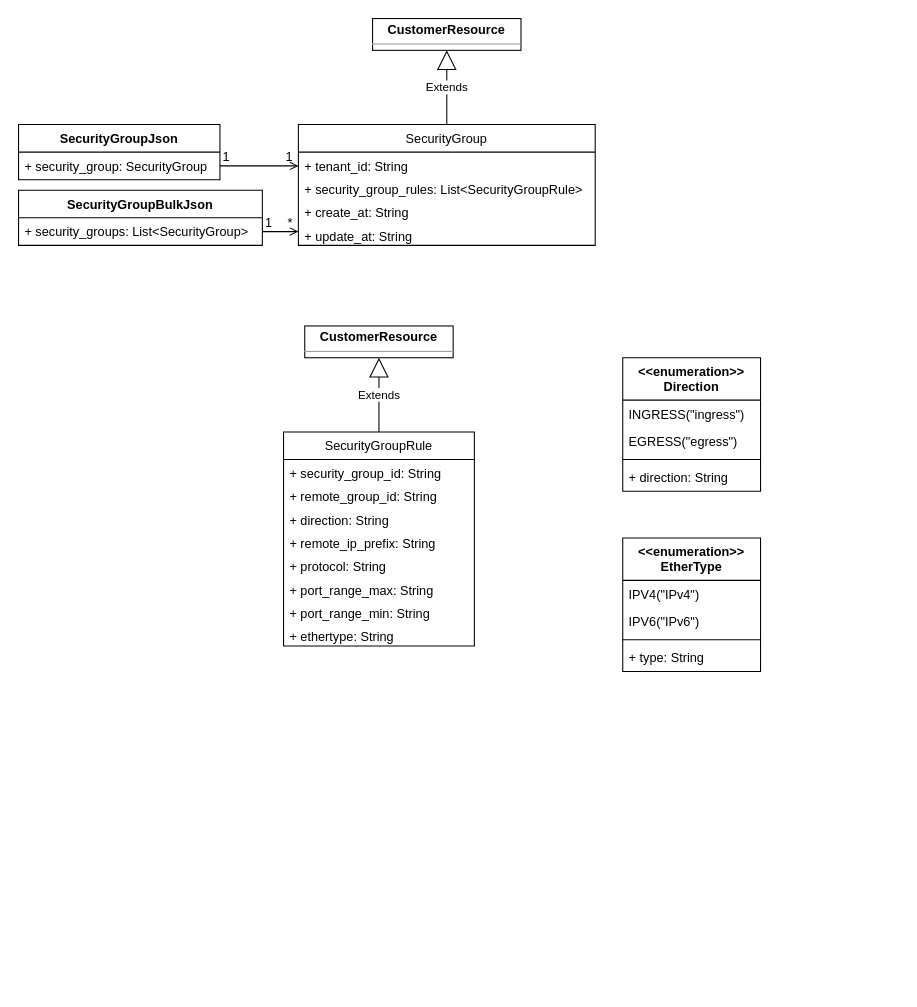
Above: securitygroup.drawio in cj-chung/diagrams (draw.io), before the change. Source tidied: cells renumbered, new cells numbered last; positions are measured from the earlier drawing's top-left corner, leaving out a move shared by most shapes. Both pictures are drawn from the tidied source at 106%, with x=0, y=0 at pixel (18, 18).
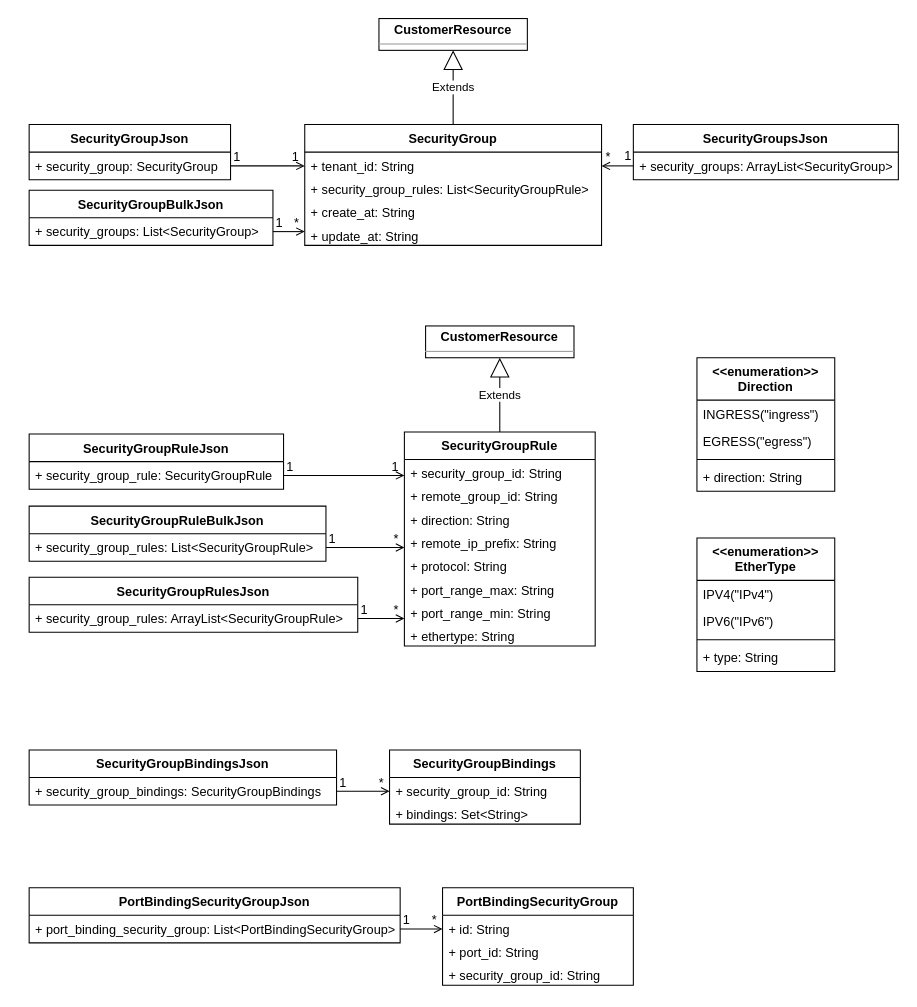
After the change.

Unchanged cells that the change refers to:
```xml
<mxCell id="3" value="+ tenant_id: String&#10;" style="text;strokeColor=none;fillColor=none;align=left;verticalAlign=top;spacingLeft=4;spacingRight=4;overflow=hidden;points=[[0,0.5],[1,0.5]];portConstraint=eastwest;" parent="2" vertex="1">
  <mxGeometry y="26" width="280" height="22" as="geometry" />
</mxCell>
<mxCell id="6" value="+ update_at: String&#10;" style="text;strokeColor=none;fillColor=none;align=left;verticalAlign=top;spacingLeft=4;spacingRight=4;overflow=hidden;points=[[0,0.5],[1,0.5]];portConstraint=eastwest;" parent="2" vertex="1">
  <mxGeometry y="92" width="280" height="22" as="geometry" />
</mxCell>
<mxCell id="10" value="+ security_group_id: String" style="text;strokeColor=none;fillColor=none;align=left;verticalAlign=top;spacingLeft=4;spacingRight=4;overflow=hidden;points=[[0,0.5],[1,0.5]];portConstraint=eastwest;" parent="9" vertex="1">
  <mxGeometry y="26" width="180" height="22" as="geometry" />
</mxCell>
<mxCell id="31" value="+ security_group: SecurityGroup" style="text;strokeColor=none;fillColor=none;align=left;verticalAlign=top;spacingLeft=4;spacingRight=4;overflow=hidden;points=[[0,0.5],[1,0.5]];portConstraint=eastwest;" parent="30" vertex="1">
  <mxGeometry y="26" width="190" height="26" as="geometry" />
</mxCell>
<mxCell id="36" value="+ security_groups: List&lt;SecurityGroup&gt;" style="text;strokeColor=none;fillColor=none;align=left;verticalAlign=top;spacingLeft=4;spacingRight=4;overflow=hidden;points=[[0,0.5],[1,0.5]];portConstraint=eastwest;" parent="35" vertex="1">
  <mxGeometry y="26" width="230" height="26" as="geometry" />
</mxCell>
```

Diff of the diagram source:
```diff
@@
-    <mxCell id="2" value="SecurityGroup" style="swimlane;fontStyle=0;horizontal=1;startSize=26;fillColor=none;" parent="1" vertex="1">
-      <mxGeometry x="264" y="100" width="280" height="114" as="geometry" />
+    <mxCell id="2" value="SecurityGroup" style="swimlane;fontStyle=1;horizontal=1;startSize=26;fillColor=none;" parent="1" vertex="1">
+      <mxGeometry x="270" y="100" width="280" height="114" as="geometry" />
     </mxCell>
@@
     <mxCell id="8" value="&lt;p style=&quot;margin: 0px ; margin-top: 4px ; text-align: center&quot;&gt;&lt;b&gt;CustomerResource&lt;/b&gt;&lt;/p&gt;&lt;hr size=&quot;1&quot;&gt;&lt;div style=&quot;height: 2px&quot;&gt;&lt;/div&gt;" style="verticalAlign=top;align=left;overflow=fill;fontSize=12;fontFamily=Helvetica;html=1;" parent="1" vertex="1">
-      <mxGeometry x="334" width="140" height="30" as="geometry" />
+      <mxGeometry x="340" width="140" height="30" as="geometry" />
     </mxCell>
-    <mxCell id="9" value="SecurityGroupRule" style="swimlane;fontStyle=0;horizontal=1;startSize=26;fillColor=none;" parent="1" vertex="1">
-      <mxGeometry x="250" y="390" width="180" height="202" as="geometry" />
+    <mxCell id="9" value="SecurityGroupRule" style="swimlane;fontStyle=1;horizontal=1;startSize=26;fillColor=none;" parent="1" vertex="1">
+      <mxGeometry x="364" y="390" width="180" height="202" as="geometry" />
     </mxCell>
@@
     <mxCell id="19" value="&lt;p style=&quot;margin: 0px ; margin-top: 4px ; text-align: center&quot;&gt;&lt;b&gt;CustomerResource&lt;/b&gt;&lt;/p&gt;&lt;hr size=&quot;1&quot;&gt;&lt;div style=&quot;height: 2px&quot;&gt;&lt;/div&gt;" style="verticalAlign=top;align=left;overflow=fill;fontSize=12;fontFamily=Helvetica;html=1;" parent="1" vertex="1">
-      <mxGeometry x="270" y="290" width="140" height="30" as="geometry" />
+      <mxGeometry x="384" y="290" width="140" height="30" as="geometry" />
     </mxCell>
     <mxCell id="20" value="&lt;&lt;enumeration&gt;&gt;&#10;Direction" style="swimlane;fontStyle=1;align=center;verticalAlign=top;horizontal=1;startSize=40;" parent="1" vertex="1">
-      <mxGeometry x="570" y="320" width="130" height="126" as="geometry" />
+      <mxGeometry x="640" y="320" width="130" height="126" as="geometry" />
     </mxCell>
@@
     <mxCell id="25" value="&lt;&lt;enumeration&gt;&gt;&#10;EtherType" style="swimlane;fontStyle=1;align=center;verticalAlign=top;horizontal=1;startSize=40;" parent="1" vertex="1">
-      <mxGeometry x="570" y="490" width="130" height="126" as="geometry" />
+      <mxGeometry x="640" y="490" width="130" height="126" as="geometry" />
     </mxCell>
@@
     <mxCell id="30" value="SecurityGroupJson" style="swimlane;fontStyle=1;horizontal=1;startSize=26;fillColor=none;" parent="1" vertex="1">
-      <mxGeometry y="100" width="190" height="52" as="geometry" />
+      <mxGeometry x="10" y="100" width="190" height="52" as="geometry" />
     </mxCell>
@@
     <mxCell id="32" style="endArrow=open;shadow=0;strokeWidth=1;rounded=0;endFill=1;edgeStyle=elbowEdgeStyle;elbow=vertical;" parent="1" edge="1" source="31" target="3">
       <mxGeometry x="0.5" y="41" relative="1" as="geometry">
         <Array as="points">
-          <mxPoint x="170" y="139" />
-          <mxPoint x="160" y="160" />
           <mxPoint x="180" y="139" />
-          <mxPoint x="170" y="119" />
-          <mxPoint x="190" y="65" />
+          <mxPoint x="170" y="160" />
+          <mxPoint x="190" y="139" />
+          <mxPoint x="180" y="119" />
+          <mxPoint x="200" y="65" />
         </Array>
         <mxPoint x="-40" y="32" as="offset" />
       </mxGeometry>
     </mxCell>
@@
     <mxCell id="35" value="SecurityGroupBulkJson" style="swimlane;fontStyle=1;horizontal=1;startSize=26;fillColor=none;" parent="1" vertex="1">
-      <mxGeometry y="162" width="230" height="52" as="geometry" />
+      <mxGeometry x="10" y="162" width="230" height="52" as="geometry" />
     </mxCell>
@@
     <mxCell id="37" style="endArrow=open;shadow=0;strokeWidth=1;rounded=0;endFill=1;edgeStyle=elbowEdgeStyle;elbow=vertical;" parent="1" edge="1" source="36" target="6">
       <mxGeometry x="0.5" y="41" relative="1" as="geometry">
         <Array as="points">
-          <mxPoint x="200" y="201" />
-          <mxPoint x="180" y="132" />
-          <mxPoint x="200" y="111" />
-          <mxPoint x="190" y="91" />
-          <mxPoint x="210" y="37" />
+          <mxPoint x="210" y="201" />
+          <mxPoint x="190" y="132" />
+          <mxPoint x="210" y="111" />
+          <mxPoint x="200" y="91" />
+          <mxPoint x="220" y="37" />
         </Array>
         <mxPoint x="-40" y="32" as="offset" />
       </mxGeometry>
     </mxCell>
@@
+    <mxCell id="40" value="SecurityGroupBindings" style="swimlane;fontStyle=1;horizontal=1;startSize=26;fillColor=none;" parent="1" vertex="1">
+      <mxGeometry x="350" y="690" width="180" height="70" as="geometry" />
+    </mxCell>
+    <mxCell id="41" value="+ security_group_id: String" style="text;strokeColor=none;fillColor=none;align=left;verticalAlign=top;spacingLeft=4;spacingRight=4;overflow=hidden;points=[[0,0.5],[1,0.5]];portConstraint=eastwest;" parent="40" vertex="1">
+      <mxGeometry y="26" width="180" height="22" as="geometry" />
+    </mxCell>
+    <mxCell id="42" value="+ bindings: Set&lt;String&gt;" style="text;strokeColor=none;fillColor=none;align=left;verticalAlign=top;spacingLeft=4;spacingRight=4;overflow=hidden;" parent="40" vertex="1">
+      <mxGeometry y="48" width="180" height="22" as="geometry" />
+    </mxCell>
+    <mxCell id="43" value="SecurityGroupBindingsJson" style="swimlane;fontStyle=1;horizontal=1;startSize=26;fillColor=none;" parent="1" vertex="1">
+      <mxGeometry x="10" y="690" width="290" height="52" as="geometry" />
+    </mxCell>
+    <mxCell id="44" value="+ security_group_bindings: SecurityGroupBindings" style="text;strokeColor=none;fillColor=none;align=left;verticalAlign=top;spacingLeft=4;spacingRight=4;overflow=hidden;points=[[0,0.5],[1,0.5]];portConstraint=eastwest;" parent="43" vertex="1">
+      <mxGeometry y="26" width="290" height="26" as="geometry" />
+    </mxCell>
+    <mxCell id="45" style="endArrow=open;shadow=0;strokeWidth=1;rounded=0;endFill=1;edgeStyle=elbowEdgeStyle;elbow=vertical;" parent="1" edge="1" source="44" target="41">
+      <mxGeometry x="0.5" y="41" relative="1" as="geometry">
+        <Array as="points">
+          <mxPoint x="186" y="729" />
+          <mxPoint x="166" y="660" />
+          <mxPoint x="186" y="639" />
+          <mxPoint x="176" y="619" />
+          <mxPoint x="196" y="565" />
+        </Array>
+        <mxPoint x="-40" y="32" as="offset" />
+      </mxGeometry>
+    </mxCell>
+    <mxCell id="46" value="1" style="align=left;verticalAlign=bottom;labelBackgroundColor=none;fontSize=12;" parent="45" vertex="1">
+      <mxGeometry x="-1" relative="1" as="geometry">
+        <mxPoint x="1" as="offset" />
+      </mxGeometry>
+    </mxCell>
+    <mxCell id="47" value="*" style="align=right;verticalAlign=bottom;labelBackgroundColor=none;fontSize=12;" parent="45" vertex="1">
+      <mxGeometry x="1" relative="1" as="geometry">
+        <mxPoint x="-4" as="offset" />
+      </mxGeometry>
+    </mxCell>
+    <mxCell id="48" value="SecurityGroupRuleJson" style="swimlane;fontStyle=1;horizontal=1;startSize=26;fillColor=none;" parent="1" vertex="1">
+      <mxGeometry x="10" y="392" width="240" height="52" as="geometry" />
+    </mxCell>
+    <mxCell id="49" value="+ security_group_rule: SecurityGroupRule" style="text;strokeColor=none;fillColor=none;align=left;verticalAlign=top;spacingLeft=4;spacingRight=4;overflow=hidden;points=[[0,0.5],[1,0.5]];portConstraint=eastwest;" parent="48" vertex="1">
+      <mxGeometry y="26" width="240" height="26" as="geometry" />
+    </mxCell>
+    <mxCell id="50" style="endArrow=open;shadow=0;strokeWidth=1;rounded=0;endFill=1;edgeStyle=elbowEdgeStyle;elbow=vertical;" parent="1" edge="1" source="49" target="10">
+      <mxGeometry x="0.5" y="41" relative="1" as="geometry">
+        <Array as="points">
+          <mxPoint x="180" y="431" />
+          <mxPoint x="170" y="452" />
+          <mxPoint x="190" y="431" />
+          <mxPoint x="180" y="411" />
+          <mxPoint x="200" y="357" />
+        </Array>
+        <mxPoint x="-40" y="32" as="offset" />
+      </mxGeometry>
+    </mxCell>
+    <mxCell id="51" value="1" style="align=left;verticalAlign=bottom;labelBackgroundColor=none;fontSize=12;" parent="50" vertex="1">
+      <mxGeometry x="-1" relative="1" as="geometry">
+        <mxPoint x="1" as="offset" />
+      </mxGeometry>
+    </mxCell>
+    <mxCell id="52" value="1" style="align=right;verticalAlign=bottom;labelBackgroundColor=none;fontSize=12;" parent="50" vertex="1">
+      <mxGeometry x="1" relative="1" as="geometry">
+        <mxPoint x="-4" as="offset" />
+      </mxGeometry>
+    </mxCell>
+    <mxCell id="53" value="SecurityGroupRulesJson" style="swimlane;fontStyle=1;horizontal=1;startSize=26;fillColor=none;" parent="1" vertex="1">
+      <mxGeometry x="10" y="527" width="310" height="52" as="geometry" />
+    </mxCell>
+    <mxCell id="54" value="+ security_group_rules: ArrayList&lt;SecurityGroupRule&gt;" style="text;strokeColor=none;fillColor=none;align=left;verticalAlign=top;spacingLeft=4;spacingRight=4;overflow=hidden;points=[[0,0.5],[1,0.5]];portConstraint=eastwest;" parent="53" vertex="1">
+      <mxGeometry y="26" width="310" height="26" as="geometry" />
+    </mxCell>
+    <mxCell id="55" style="endArrow=open;shadow=0;strokeWidth=1;rounded=0;endFill=1;edgeStyle=elbowEdgeStyle;elbow=vertical;" parent="1" edge="1" source="54">
+      <mxGeometry x="0.5" y="41" relative="1" as="geometry">
+        <mxPoint x="364" y="566" as="targetPoint" />
+        <Array as="points">
+          <mxPoint x="210" y="566" />
+          <mxPoint x="190" y="497" />
+          <mxPoint x="210" y="476" />
+          <mxPoint x="200" y="456" />
+          <mxPoint x="220" y="402" />
+        </Array>
+        <mxPoint x="-40" y="32" as="offset" />
+      </mxGeometry>
+    </mxCell>
+    <mxCell id="56" value="1" style="align=left;verticalAlign=bottom;labelBackgroundColor=none;fontSize=12;" parent="55" vertex="1">
+      <mxGeometry x="-1" relative="1" as="geometry">
+        <mxPoint x="1" as="offset" />
+      </mxGeometry>
+    </mxCell>
+    <mxCell id="57" value="*" style="align=right;verticalAlign=bottom;labelBackgroundColor=none;fontSize=12;" parent="55" vertex="1">
+      <mxGeometry x="1" relative="1" as="geometry">
+        <mxPoint x="-4" as="offset" />
+      </mxGeometry>
+    </mxCell>
+    <mxCell id="58" value="SecurityGroupsJson" style="swimlane;fontStyle=1;horizontal=1;startSize=26;fillColor=none;" parent="1" vertex="1">
+      <mxGeometry x="580" y="100" width="250" height="52" as="geometry" />
+    </mxCell>
+    <mxCell id="59" value="+ security_groups: ArrayList&lt;SecurityGroup&gt;" style="text;strokeColor=none;fillColor=none;align=left;verticalAlign=top;spacingLeft=4;spacingRight=4;overflow=hidden;points=[[0,0.5],[1,0.5]];portConstraint=eastwest;" parent="58" vertex="1">
+      <mxGeometry y="26" width="250" height="26" as="geometry" />
+    </mxCell>
+    <mxCell id="60" style="endArrow=open;shadow=0;strokeWidth=1;rounded=0;endFill=1;edgeStyle=elbowEdgeStyle;elbow=vertical;" parent="1" edge="1" source="59" target="3">
+      <mxGeometry x="0.5" y="41" relative="1" as="geometry">
+        <Array as="points">
+          <mxPoint x="630" y="140" />
+          <mxPoint x="610" y="118.5" />
+          <mxPoint x="630" y="97.5" />
+          <mxPoint x="620" y="77.5" />
+          <mxPoint x="640" y="23.5" />
+        </Array>
+        <mxPoint x="-40" y="32" as="offset" />
+      </mxGeometry>
+    </mxCell>
+    <mxCell id="61" value="1" style="align=left;verticalAlign=bottom;labelBackgroundColor=none;fontSize=12;" parent="60" vertex="1">
+      <mxGeometry x="-1" relative="1" as="geometry">
+        <mxPoint x="-10.1" y="-1" as="offset" />
+      </mxGeometry>
+    </mxCell>
+    <mxCell id="62" value="*" style="align=right;verticalAlign=bottom;labelBackgroundColor=none;fontSize=12;" parent="60" vertex="1">
+      <mxGeometry x="1" relative="1" as="geometry">
+        <mxPoint x="10" as="offset" />
+      </mxGeometry>
+    </mxCell>
+    <mxCell id="63" value="SecurityGroupRuleBulkJson" style="swimlane;fontStyle=1;horizontal=1;startSize=26;fillColor=none;" parent="1" vertex="1">
+      <mxGeometry x="10" y="460" width="280" height="52" as="geometry" />
+    </mxCell>
+    <mxCell id="64" value="+ security_group_rules: List&lt;SecurityGroupRule&gt;" style="text;strokeColor=none;fillColor=none;align=left;verticalAlign=top;spacingLeft=4;spacingRight=4;overflow=hidden;points=[[0,0.5],[1,0.5]];portConstraint=eastwest;" parent="63" vertex="1">
+      <mxGeometry y="26" width="280" height="26" as="geometry" />
+    </mxCell>
+    <mxCell id="65" style="endArrow=open;shadow=0;strokeWidth=1;rounded=0;endFill=1;edgeStyle=elbowEdgeStyle;elbow=vertical;" parent="1" edge="1" source="64">
+      <mxGeometry x="0.5" y="41" relative="1" as="geometry">
+        <mxPoint x="364" y="499" as="targetPoint" />
+        <Array as="points">
+          <mxPoint x="210" y="499" />
+          <mxPoint x="190" y="430" />
+          <mxPoint x="210" y="409" />
+          <mxPoint x="200" y="389" />
+          <mxPoint x="220" y="335" />
+        </Array>
+        <mxPoint x="-40" y="32" as="offset" />
+      </mxGeometry>
+    </mxCell>
+    <mxCell id="66" value="1" style="align=left;verticalAlign=bottom;labelBackgroundColor=none;fontSize=12;" parent="65" vertex="1">
+      <mxGeometry x="-1" relative="1" as="geometry">
+        <mxPoint x="1" as="offset" />
+      </mxGeometry>
+    </mxCell>
+    <mxCell id="67" value="*" style="align=right;verticalAlign=bottom;labelBackgroundColor=none;fontSize=12;" parent="65" vertex="1">
+      <mxGeometry x="1" relative="1" as="geometry">
+        <mxPoint x="-4" as="offset" />
+      </mxGeometry>
+    </mxCell>
+    <mxCell id="68" value="PortBindingSecurityGroup" style="swimlane;fontStyle=1;horizontal=1;startSize=26;fillColor=none;" parent="1" vertex="1">
+      <mxGeometry x="400" y="820" width="180" height="92" as="geometry" />
+    </mxCell>
+    <mxCell id="69" value="+ id: String" style="text;strokeColor=none;fillColor=none;align=left;verticalAlign=top;spacingLeft=4;spacingRight=4;overflow=hidden;points=[[0,0.5],[1,0.5]];portConstraint=eastwest;" parent="68" vertex="1">
+      <mxGeometry y="26" width="180" height="22" as="geometry" />
+    </mxCell>
+    <mxCell id="70" value="+ port_id: String" style="text;strokeColor=none;fillColor=none;align=left;verticalAlign=top;spacingLeft=4;spacingRight=4;overflow=hidden;" parent="68" vertex="1">
+      <mxGeometry y="48" width="180" height="22" as="geometry" />
+    </mxCell>
+    <mxCell id="71" value="+ security_group_id: String" style="text;strokeColor=none;fillColor=none;align=left;verticalAlign=top;spacingLeft=4;spacingRight=4;overflow=hidden;" parent="68" vertex="1">
+      <mxGeometry y="70" width="180" height="22" as="geometry" />
+    </mxCell>
+    <mxCell id="72" value="PortBindingSecurityGroupJson" style="swimlane;fontStyle=1;horizontal=1;startSize=26;fillColor=none;" parent="1" vertex="1">
+      <mxGeometry x="10" y="820" width="350" height="52" as="geometry" />
+    </mxCell>
+    <mxCell id="73" value="+ port_binding_security_group: List&lt;PortBindingSecurityGroup&gt;" style="text;strokeColor=none;fillColor=none;align=left;verticalAlign=top;spacingLeft=4;spacingRight=4;overflow=hidden;points=[[0,0.5],[1,0.5]];portConstraint=eastwest;" parent="72" vertex="1">
+      <mxGeometry y="26" width="350" height="26" as="geometry" />
+    </mxCell>
+    <mxCell id="74" style="endArrow=open;shadow=0;strokeWidth=1;rounded=0;endFill=1;edgeStyle=elbowEdgeStyle;elbow=vertical;" parent="1" edge="1" source="73" target="69">
+      <mxGeometry x="0.5" y="41" relative="1" as="geometry">
+        <Array as="points">
+          <mxPoint x="186" y="859" />
+          <mxPoint x="166" y="790" />
+          <mxPoint x="186" y="769" />
+          <mxPoint x="176" y="749" />
+          <mxPoint x="196" y="695" />
+        </Array>
+        <mxPoint x="-40" y="32" as="offset" />
+      </mxGeometry>
+    </mxCell>
+    <mxCell id="75" value="1" style="align=left;verticalAlign=bottom;labelBackgroundColor=none;fontSize=12;" parent="74" vertex="1">
+      <mxGeometry x="-1" relative="1" as="geometry">
+        <mxPoint x="1" as="offset" />
+      </mxGeometry>
+    </mxCell>
+    <mxCell id="76" value="*" style="align=right;verticalAlign=bottom;labelBackgroundColor=none;fontSize=12;" parent="74" vertex="1">
+      <mxGeometry x="1" relative="1" as="geometry">
+        <mxPoint x="-4" as="offset" />
+      </mxGeometry>
+    </mxCell>
```
